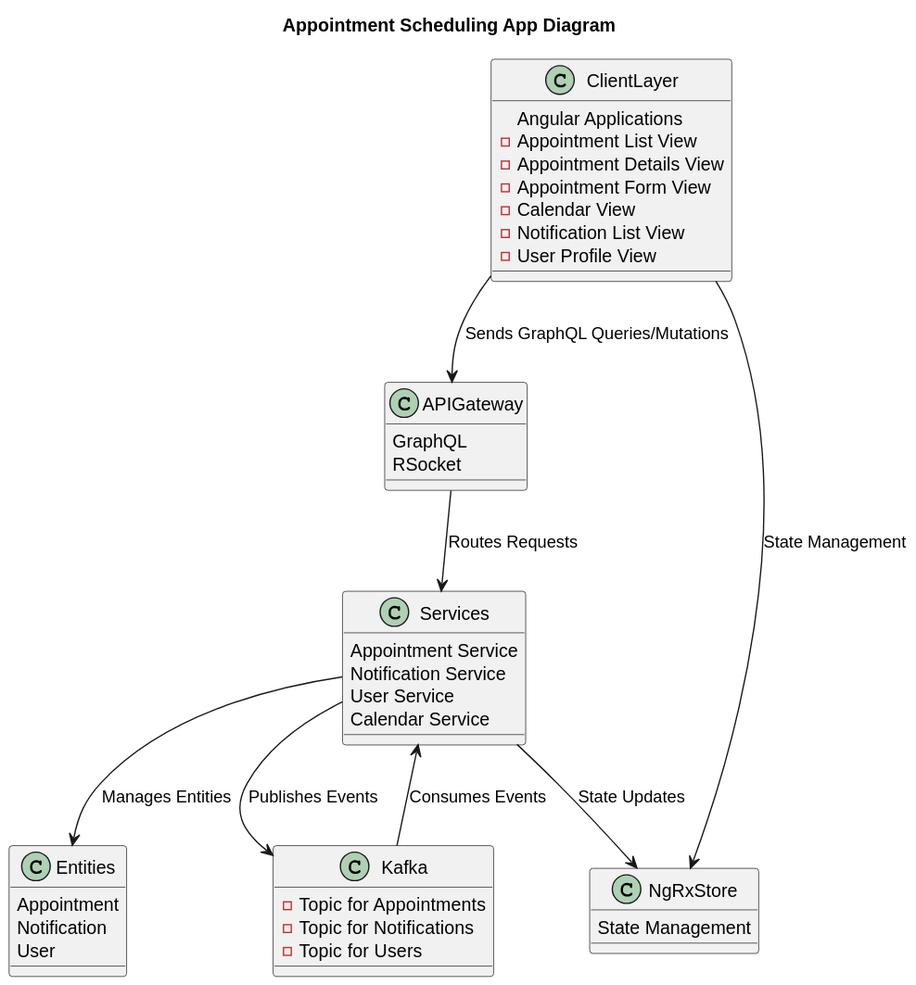
Earlier version of the PlantUML export docs/rendered/layers/client/APPOINTMENT_SCHEDULING.svg (tylermaginnis/BECS_SoftwareArchitecture). Its diagram source:
```plantuml
@startuml
!define RECTANGLE class

title Appointment Scheduling App Diagram

RECTANGLE ClientLayer {
  Angular Applications
  - Appointment List View
  - Appointment Details View
  - Appointment Form View
  - Calendar View
  - Notification List View
  - User Profile View
}

RECTANGLE APIGateway {
  GraphQL
  RSocket
}

RECTANGLE Services {
  Appointment Service
  Notification Service
  User Service
  Calendar Service
}

RECTANGLE NgRxStore {
  State Management
}

RECTANGLE Entities {
  Appointment
  Notification
  User
}

RECTANGLE Kafka {
  - Topic for Appointments
  - Topic for Notifications
  - Topic for Users
}

ClientLayer --> APIGateway : Sends GraphQL Queries/Mutations
APIGateway --> Services : Routes Requests
ClientLayer --> NgRxStore : State Management
Services --> NgRxStore : State Updates
Services --> Entities : Manages Entities
Services --> Kafka : Publishes Events
Kafka --> Services : Consumes Events
@enduml
```
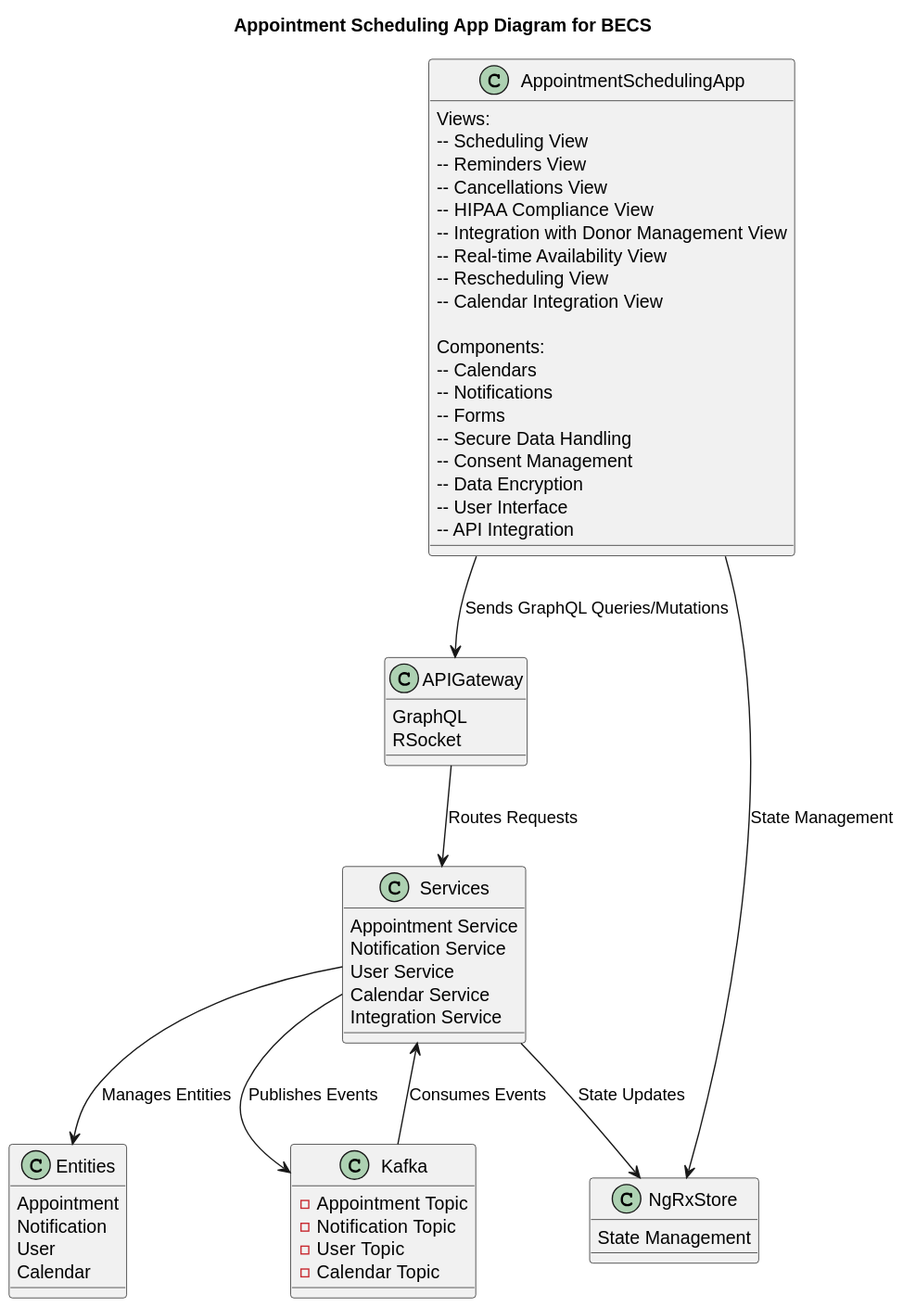
The same file after the commit.

Change to the diagram source:
```diff
@@ -1,16 +1,28 @@
 @startuml
 !define RECTANGLE class
 
-title Appointment Scheduling App Diagram
+title Appointment Scheduling App Diagram for BECS
 
-RECTANGLE ClientLayer {
-  Angular Applications
-  - Appointment List View
-  - Appointment Details View
-  - Appointment Form View
-  - Calendar View
-  - Notification List View
-  - User Profile View
+RECTANGLE AppointmentSchedulingApp {
+  Views:
+  -- Scheduling View
+  -- Reminders View
+  -- Cancellations View
+  -- HIPAA Compliance View
+  -- Integration with Donor Management View
+  -- Real-time Availability View
+  -- Rescheduling View
+  -- Calendar Integration View
+
+  Components:
+  -- Calendars
+  -- Notifications
+  -- Forms
+  -- Secure Data Handling
+  -- Consent Management
+  -- Data Encryption
+  -- User Interface
+  -- API Integration
 }
 
 RECTANGLE APIGateway {
@@ -23,6 +35,7 @@
   Notification Service
   User Service
   Calendar Service
+  Integration Service
 }
 
 RECTANGLE NgRxStore {
@@ -33,17 +46,19 @@
   Appointment
   Notification
   User
+  Calendar
 }
 
 RECTANGLE Kafka {
-  - Topic for Appointments
-  - Topic for Notifications
-  - Topic for Users
+  - Appointment Topic
+  - Notification Topic
+  - User Topic
+  - Calendar Topic
 }
 
-ClientLayer --> APIGateway : Sends GraphQL Queries/Mutations
+AppointmentSchedulingApp --> APIGateway : Sends GraphQL Queries/Mutations
 APIGateway --> Services : Routes Requests
-ClientLayer --> NgRxStore : State Management
+AppointmentSchedulingApp --> NgRxStore : State Management
 Services --> NgRxStore : State Updates
 Services --> Entities : Manages Entities
 Services --> Kafka : Publishes Events
```
